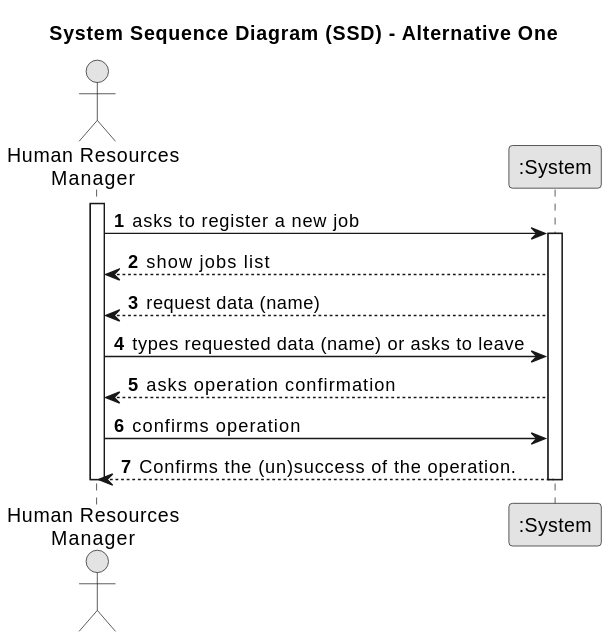
This is docs/sprintB/us002/01.requirements-engineering/svg/us002-system-sequence-diagram-alternative-one-System_Sequence_Diagram__SSD____Alternative_One.svg from SAEmanuel/Green_Spaces_Management_ISEP, a PlantUML export, as it was before one commit.
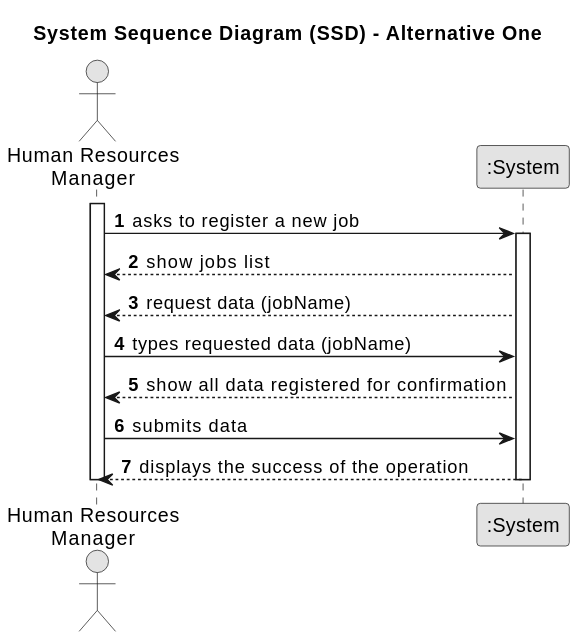
After the commit.

Change to the diagram source:
```diff
@@ -17,11 +17,11 @@
     activate System
 
     System --> HRM :  show jobs list
-    System --> HRM :  request data (name)
-    HRM -> System : types requested data (name) or asks to leave
-    System --> HRM : asks operation confirmation
-    HRM -> System : confirms operation
-    System --> HRM : Confirms the (un)success of the operation.
+    System --> HRM :  request data (jobName)
+    HRM -> System : types requested data (jobName)
+    System --> HRM : show all data registered for confirmation
+    HRM -> System : submits data
+    System --> HRM :displays the success of the operation
 
 
     deactivate System
```
